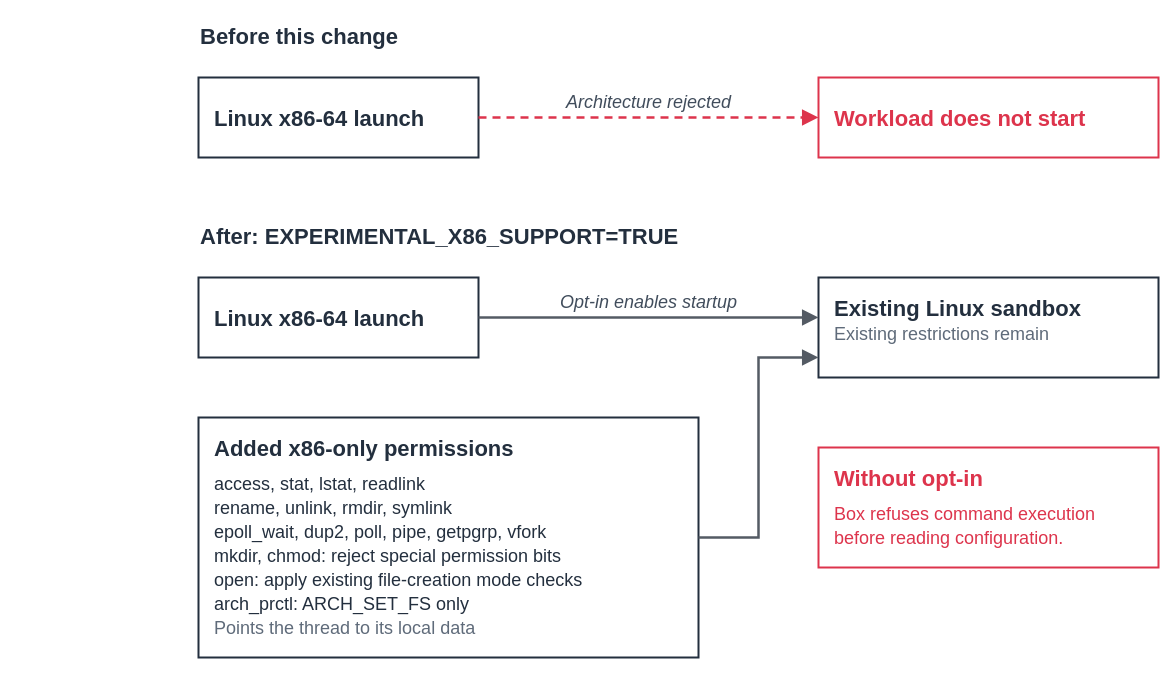
This is docs/design/images/linux-x86-runtime-startup.drawio from strands-agents/box, a draw.io file, before an edit. Source tidied: cells renumbered, new cells numbered last; positions are measured from the earlier drawing's top-left corner, leaving out a move shared by most shapes. Both pictures are drawn from the tidied source at 100%, with x=0, y=0 at pixel (198, 17).
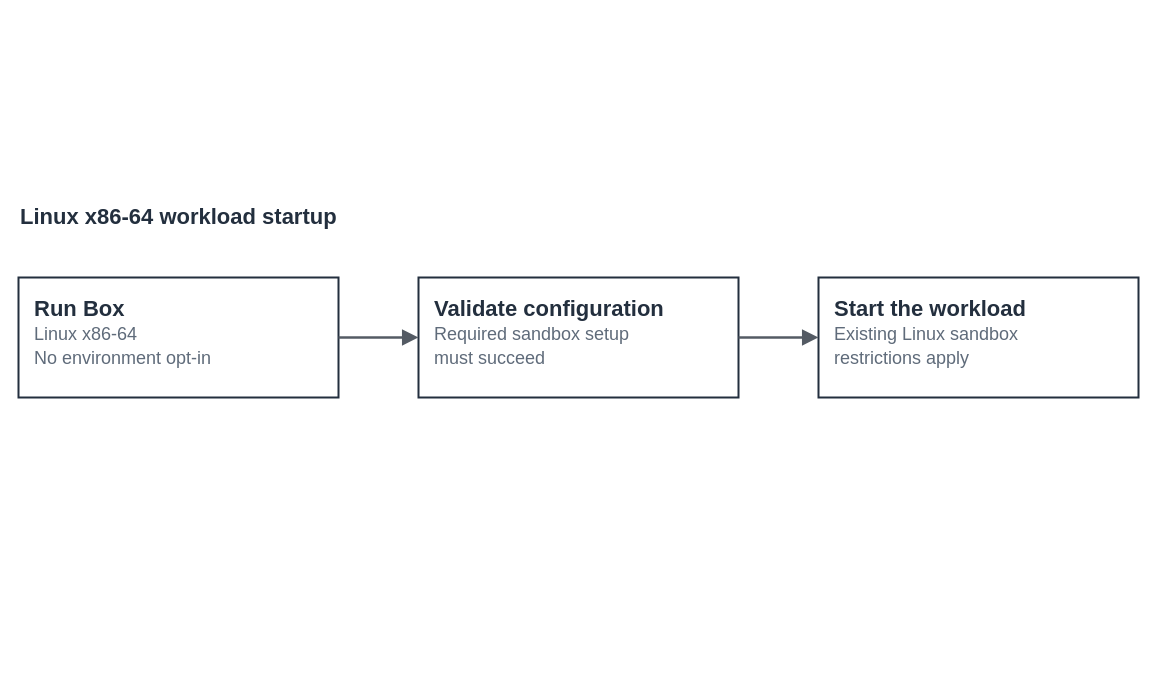
Above is the later version.

The edit, as a diff of the source:
```diff
@@
 <mxGraphModel background="#ffffff">
   <root>
     <mxCell id="0" />
     <mxCell id="1" parent="0" />
-    <mxCell id="2" value="&lt;div style=&quot;font-size:22px;line-height:26.4px;font-weight:bold&quot;&gt;Before this change&lt;/div&gt;" style="text;html=1;whiteSpace=nowrap;align=left;verticalAlign=top;strokeColor=none;fillColor=none;fontSize=22;fontStyle=1;fontColor=#232F3E;fontFamily=Arial,Helvetica,sans-serif;" parent="1" vertex="1">
-      <mxGeometry width="960" height="40" as="geometry" />
-    </mxCell>
-    <mxCell id="3" value="&lt;div style=&quot;font-size:22px;line-height:26.4px;font-weight:bold&quot;&gt;After: EXPERIMENTAL_X86_SUPPORT=TRUE&lt;/div&gt;" style="text;html=1;whiteSpace=nowrap;align=left;verticalAlign=top;strokeColor=none;fillColor=none;fontSize=22;fontStyle=1;fontColor=#232F3E;fontFamily=Arial,Helvetica,sans-serif;" parent="1" vertex="1">
-      <mxGeometry y="200" width="960" height="40" as="geometry" />
-    </mxCell>
-    <mxCell id="4" value="&lt;div style=&quot;font-size:22px;line-height:26.4px;font-weight:bold&quot;&gt;Linux x86-64 launch&lt;/div&gt;" style="rounded=0;html=1;whiteSpace=nowrap;fillColor=none;strokeWidth=2;dashed=0;verticalAlign=top;align=left;spacing=0;spacingLeft=16;fontSize=14;fontStyle=1;fontFamily=Arial,Helvetica,sans-serif;strokeColor=#232F3E;fontColor=#232F3E;spacingTop=24;" parent="1" vertex="1">
-      <mxGeometry y="60" width="280" height="80" as="geometry" />
-    </mxCell>
-    <mxCell id="5" value="&lt;div style=&quot;font-size:22px;line-height:26.4px;font-weight:bold&quot;&gt;Workload does not start&lt;/div&gt;" style="rounded=0;html=1;whiteSpace=nowrap;fillColor=none;strokeWidth=2;dashed=0;verticalAlign=top;align=left;spacing=0;spacingLeft=16;fontSize=14;fontStyle=1;fontFamily=Arial,Helvetica,sans-serif;strokeColor=#DD344C;fontColor=#DD344C;spacingTop=24;" parent="1" vertex="1">
-      <mxGeometry x="620" y="60" width="340" height="80" as="geometry" />
-    </mxCell>
-    <mxCell id="6" value="&lt;div style=&quot;font-size:22px;line-height:26.4px;font-weight:bold&quot;&gt;Linux x86-64 launch&lt;/div&gt;" style="rounded=0;html=1;whiteSpace=nowrap;fillColor=none;strokeWidth=2;dashed=0;verticalAlign=top;align=left;spacing=0;spacingLeft=16;fontSize=14;fontStyle=1;fontFamily=Arial,Helvetica,sans-serif;strokeColor=#232F3E;fontColor=#232F3E;spacingTop=24;" parent="1" vertex="1">
-      <mxGeometry y="260" width="280" height="80" as="geometry" />
-    </mxCell>
+    <mxCell id="13" value="&lt;div style=&quot;font-size:22px;line-height:26.4px;font-weight:bold&quot;&gt;Linux x86-64 workload startup&lt;/div&gt;" style="text;html=1;whiteSpace=nowrap;align=left;verticalAlign=top;strokeColor=none;fillColor=none;fontSize=22;fontStyle=1;fontColor=#232F3E;fontFamily=Arial,Helvetica,sans-serif;" parent="1" vertex="1">
+      <mxGeometry x="-180" y="180" width="1120" height="40" as="geometry" />
+    </mxCell>
+    <mxCell id="14" value="&lt;div style=&quot;font-size:22px;line-height:26.4px;font-weight:bold&quot;&gt;Run Box&lt;/div&gt;&lt;div style=&quot;font-size:18px;line-height:24px;font-weight:normal;color:#5F6B7A&quot;&gt;Linux x86-64&lt;/div&gt;&lt;div style=&quot;font-size:18px;line-height:24px;font-weight:normal;color:#5F6B7A&quot;&gt;No environment opt-in&lt;/div&gt;" style="rounded=0;html=1;whiteSpace=nowrap;fillColor=none;strokeWidth=2;dashed=0;verticalAlign=top;align=left;spacing=0;spacingLeft=16;fontSize=14;fontStyle=1;fontFamily=Arial,Helvetica,sans-serif;strokeColor=#232F3E;fontColor=#232F3E;spacingTop=14;" parent="1" vertex="1">
+      <mxGeometry x="-180" y="260" width="320" height="120" as="geometry" />
+    </mxCell>
+    <mxCell id="15" value="&lt;div style=&quot;font-size:22px;line-height:26.4px;font-weight:bold&quot;&gt;Validate configuration&lt;/div&gt;&lt;div style=&quot;font-size:18px;line-height:24px;font-weight:normal;color:#5F6B7A&quot;&gt;Required sandbox setup&lt;/div&gt;&lt;div style=&quot;font-size:18px;line-height:24px;font-weight:normal;color:#5F6B7A&quot;&gt;must succeed&lt;/div&gt;" style="rounded=0;html=1;whiteSpace=nowrap;fillColor=none;strokeWidth=2;dashed=0;verticalAlign=top;align=left;spacing=0;spacingLeft=16;fontSize=14;fontStyle=1;fontFamily=Arial,Helvetica,sans-serif;strokeColor=#232F3E;fontColor=#232F3E;spacingTop=14;" parent="1" vertex="1">
+      <mxGeometry x="220" y="260" width="320" height="120" as="geometry" />
+    </mxCell>
-    <mxCell id="7" value="&lt;div style=&quot;font-size:22px;line-height:26.4px;font-weight:bold&quot;&gt;Existing Linux sandbox&lt;/div&gt;&lt;div style=&quot;font-size:18px;line-height:24px;font-weight:normal;color:#5F6B7A&quot;&gt;Existing restrictions remain&lt;/div&gt;" style="rounded=0;html=1;whiteSpace=nowrap;fillColor=none;strokeWidth=2;dashed=0;verticalAlign=top;align=left;spacing=0;spacingLeft=16;fontSize=14;fontStyle=1;fontFamily=Arial,Helvetica,sans-serif;strokeColor=#232F3E;fontColor=#232F3E;spacingTop=14;" parent="1" vertex="1">
-      <mxGeometry x="620" y="260" width="340" height="100" as="geometry" />
+    <mxCell id="7" value="&lt;div style=&quot;font-size:22px;line-height:26.4px;font-weight:bold&quot;&gt;Start the workload&lt;/div&gt;&lt;div style=&quot;font-size:18px;line-height:24px;font-weight:normal;color:#5F6B7A&quot;&gt;Existing Linux sandbox&lt;/div&gt;&lt;div style=&quot;font-size:18px;line-height:24px;font-weight:normal;color:#5F6B7A&quot;&gt;restrictions apply&lt;/div&gt;" style="rounded=0;html=1;whiteSpace=nowrap;fillColor=none;strokeWidth=2;dashed=0;verticalAlign=top;align=left;spacing=0;spacingLeft=16;fontSize=14;fontStyle=1;fontFamily=Arial,Helvetica,sans-serif;strokeColor=#232F3E;fontColor=#232F3E;spacingTop=14;" parent="1" vertex="1">
+      <mxGeometry x="620" y="260" width="320" height="120" as="geometry" />
     </mxCell>
-    <mxCell id="8" value="&lt;div style=&quot;font-size:22px;line-height:26.4px;font-weight:bold&quot;&gt;Added x86-only permissions&lt;/div&gt;&lt;div style=&quot;height:10px&quot;&gt;&lt;/div&gt;&lt;div style=&quot;font-size:18px;line-height:24px;font-weight:normal&quot;&gt;access, stat, lstat, readlink&lt;/div&gt;&lt;div style=&quot;font-size:18px;line-height:24px;font-weight:normal&quot;&gt;rename, unlink, rmdir, symlink&lt;/div&gt;&lt;div style=&quot;font-size:18px;line-height:24px;font-weight:normal&quot;&gt;epoll_wait, dup2, poll, pipe, getpgrp, vfork&lt;/div&gt;&lt;div style=&quot;font-size:18px;line-height:24px;font-weight:normal&quot;&gt;mkdir, chmod: reject special permission bits&lt;/div&gt;&lt;div style=&quot;font-size:18px;line-height:24px;font-weight:normal&quot;&gt;open: apply existing file-creation mode checks&lt;/div&gt;&lt;div style=&quot;font-size:18px;line-height:24px;font-weight:normal&quot;&gt;arch_prctl: ARCH_SET_FS only&lt;/div&gt;&lt;div style=&quot;font-size:18px;line-height:24px;font-weight:normal;color:#5F6B7A&quot;&gt;Points the thread to its local data&lt;/div&gt;" style="rounded=0;html=1;whiteSpace=nowrap;fillColor=none;strokeWidth=2;dashed=0;verticalAlign=top;align=left;spacing=0;spacingLeft=16;fontSize=14;fontStyle=1;fontFamily=Arial,Helvetica,sans-serif;strokeColor=#232F3E;fontColor=#232F3E;spacingTop=14;" parent="1" vertex="1">
-      <mxGeometry y="400" width="500" height="240" as="geometry" />
-    </mxCell>
-    <mxCell id="9" value="Architecture rejected" style="edgeStyle=orthogonalEdgeStyle;rounded=0;html=1;strokeWidth=2.5;endArrow=block;endFill=1;endSize=10;startArrow=none;exitX=1;exitY=0.5;exitDx=0;exitDy=0;entryX=0;entryY=0.5;entryDx=0;entryDy=0;fontSize=18;fontStyle=2;fontColor=#414D5C;labelBackgroundColor=none;fontFamily=Arial,Helvetica,sans-serif;strokeColor=#DD344C;dashed=1;dashPattern=8 6;fixDash=1;" parent="1" edge="1" source="4" target="5">
-      <mxGeometry relative="1" as="geometry">
-        <Array as="points">
-          <mxPoint x="450" y="100" />
-        </Array>
-        <mxPoint y="-15" as="offset" />
-      </mxGeometry>
-    </mxCell>
-    <mxCell id="10" value="Opt-in enables startup" style="edgeStyle=orthogonalEdgeStyle;rounded=0;html=1;strokeWidth=2.5;endArrow=block;endFill=1;endSize=10;startArrow=none;exitX=1;exitY=0.5;exitDx=0;exitDy=0;entryX=0;entryY=0.4;entryDx=0;entryDy=0;fontSize=18;fontStyle=2;fontColor=#414D5C;labelBackgroundColor=none;fontFamily=Arial,Helvetica,sans-serif;strokeColor=#545B64;dashed=0;" parent="1" edge="1" source="6" target="7">
-      <mxGeometry relative="1" as="geometry">
-        <Array as="points">
-          <mxPoint x="450" y="300" />
-        </Array>
-        <mxPoint y="-15" as="offset" />
-      </mxGeometry>
-    </mxCell>
-    <mxCell id="11" style="edgeStyle=orthogonalEdgeStyle;rounded=0;html=1;strokeWidth=2.5;endArrow=block;endFill=1;endSize=10;startArrow=none;exitX=1;exitY=0.5;exitDx=0;exitDy=0;entryX=0;entryY=0.8;entryDx=0;entryDy=0;fontSize=18;fontStyle=2;fontColor=#414D5C;labelBackgroundColor=none;fontFamily=Arial,Helvetica,sans-serif;strokeColor=#545B64;dashed=0;" parent="1" edge="1" source="8" target="7">
-      <mxGeometry relative="1" as="geometry">
-        <Array as="points">
-          <mxPoint x="560" y="520" />
-          <mxPoint x="560" y="340" />
-        </Array>
-        <mxPoint y="-15" as="offset" />
-      </mxGeometry>
-    </mxCell>
-    <mxCell id="12" value="&lt;div style=&quot;font-size:22px;line-height:26.4px;font-weight:bold&quot;&gt;Without opt-in&lt;/div&gt;&lt;div style=&quot;height:10px&quot;&gt;&lt;/div&gt;&lt;div style=&quot;font-size:18px;line-height:24px;font-weight:normal&quot;&gt;Box refuses command execution&lt;/div&gt;&lt;div style=&quot;font-size:18px;line-height:24px;font-weight:normal&quot;&gt;before reading configuration.&lt;/div&gt;" style="rounded=0;html=1;whiteSpace=nowrap;fillColor=none;strokeWidth=2;dashed=0;verticalAlign=top;align=left;spacing=0;spacingLeft=16;fontSize=14;fontStyle=1;fontFamily=Arial,Helvetica,sans-serif;strokeColor=#DD344C;fontColor=#DD344C;spacingTop=14;" parent="1" vertex="1">
-      <mxGeometry x="620" y="430" width="340" height="120" as="geometry" />
-    </mxCell>
+    <mxCell id="16" style="edgeStyle=orthogonalEdgeStyle;rounded=0;html=1;strokeWidth=2.5;endArrow=block;endFill=1;endSize=10;startArrow=none;exitX=1;exitY=0.5;exitDx=0;exitDy=0;entryX=0;entryY=0.5;entryDx=0;entryDy=0;fontSize=18;fontStyle=2;fontColor=#414D5C;labelBackgroundColor=none;fontFamily=Arial,Helvetica,sans-serif;strokeColor=#545B64;dashed=0;" parent="1" edge="1" source="14" target="15">
+      <mxGeometry relative="1" as="geometry">
+        <Array as="points">
+          <mxPoint x="180" y="320" />
+        </Array>
+        <mxPoint y="-15" as="offset" />
+      </mxGeometry>
+    </mxCell>
+    <mxCell id="17" style="edgeStyle=orthogonalEdgeStyle;rounded=0;html=1;strokeWidth=2.5;endArrow=block;endFill=1;endSize=10;startArrow=none;exitX=1;exitY=0.5;exitDx=0;exitDy=0;entryX=0;entryY=0.5;entryDx=0;entryDy=0;fontSize=18;fontStyle=2;fontColor=#414D5C;labelBackgroundColor=none;fontFamily=Arial,Helvetica,sans-serif;strokeColor=#545B64;dashed=0;" parent="1" edge="1" source="15" target="7">
+      <mxGeometry relative="1" as="geometry">
+        <Array as="points">
+          <mxPoint x="580" y="320" />
+        </Array>
+        <mxPoint y="-15" as="offset" />
+      </mxGeometry>
+    </mxCell>
   </root>
 </mxGraphModel>
```
